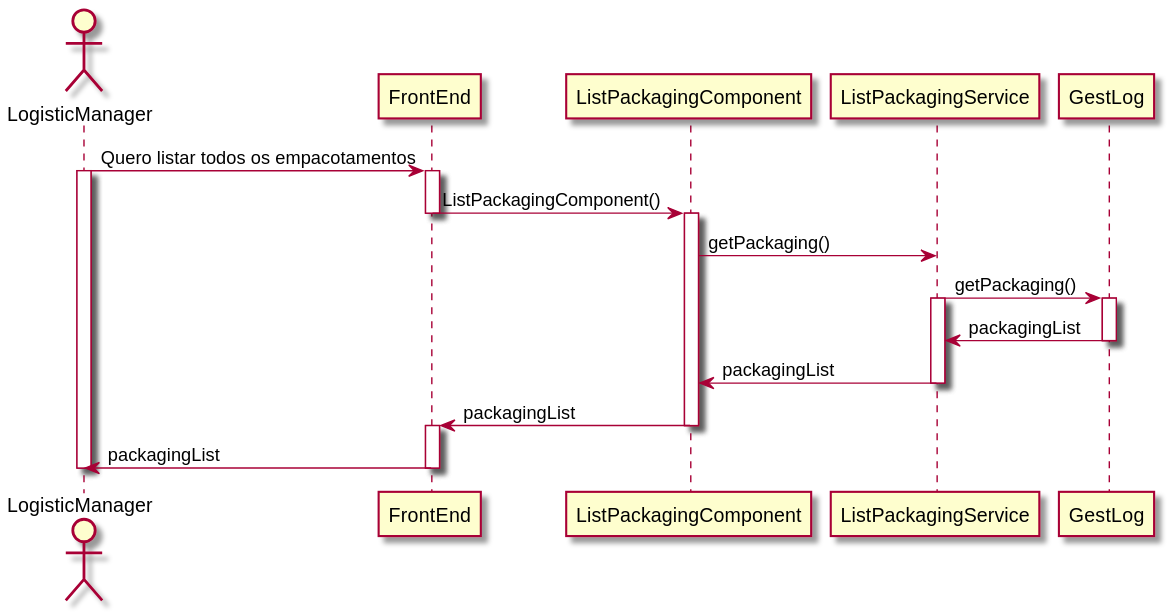
This is Wiki/FrontEnd_Wiki/UseCases/List Packaging/N3_VP_alt1.svg from MarianaCLages/LAPR5, a PlantUML export, as it was before one commit. Source of this version:
```plantuml
@startuml N3_VP_alt1

actor LogisticManager
participant FrontEnd
participant ListPackagingComponent
participant ListPackagingService
participant GestLog

LogisticManager -> FrontEnd : Quero listar todos os empacotamentos
activate LogisticManager
activate FrontEnd
FrontEnd -> ListPackagingComponent : ListPackagingComponent()
deactivate FrontEnd
activate ListPackagingComponent
ListPackagingComponent -> ListPackagingService : getPackaging()
deactivate ListPackagingService
ListPackagingService -> GestLog : getPackaging()
activate ListPackagingService
activate GestLog
GestLog -> ListPackagingService : packagingList
deactivate GestLog
ListPackagingService -> ListPackagingComponent : packagingList
deactivate ListPackagingService
ListPackagingComponent -> FrontEnd : packagingList
deactivate ListPackagingComponent
activate FrontEnd
FrontEnd -> LogisticManager : packagingList
deactivate FrontEnd
deactivate LogisticManager


@enduml
```
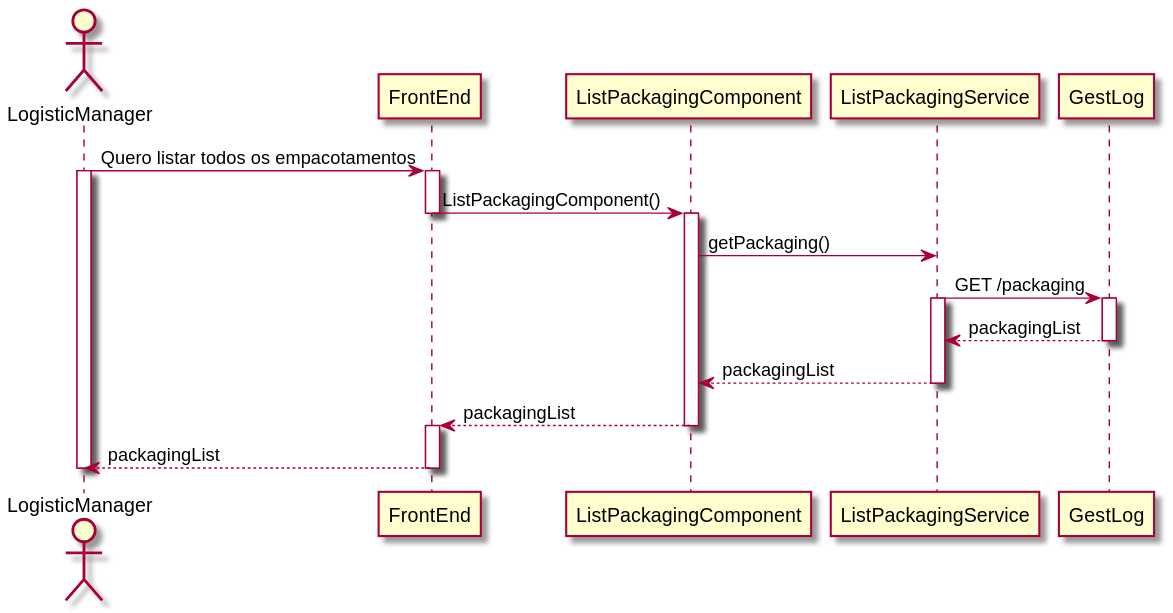
Later version of the same file.

The edit, as a diff of the source:
```diff
@@ -14,17 +14,17 @@
 activate ListPackagingComponent
 ListPackagingComponent -> ListPackagingService : getPackaging()
 deactivate ListPackagingService
-ListPackagingService -> GestLog : getPackaging()
+ListPackagingService -> GestLog : GET /packaging
 activate ListPackagingService
 activate GestLog
-GestLog -> ListPackagingService : packagingList
+GestLog --> ListPackagingService : packagingList
 deactivate GestLog
-ListPackagingService -> ListPackagingComponent : packagingList
+ListPackagingService --> ListPackagingComponent : packagingList
 deactivate ListPackagingService
-ListPackagingComponent -> FrontEnd : packagingList
+ListPackagingComponent --> FrontEnd : packagingList
 deactivate ListPackagingComponent
 activate FrontEnd
-FrontEnd -> LogisticManager : packagingList
+FrontEnd --> LogisticManager : packagingList
 deactivate FrontEnd
 deactivate LogisticManager
 
```
